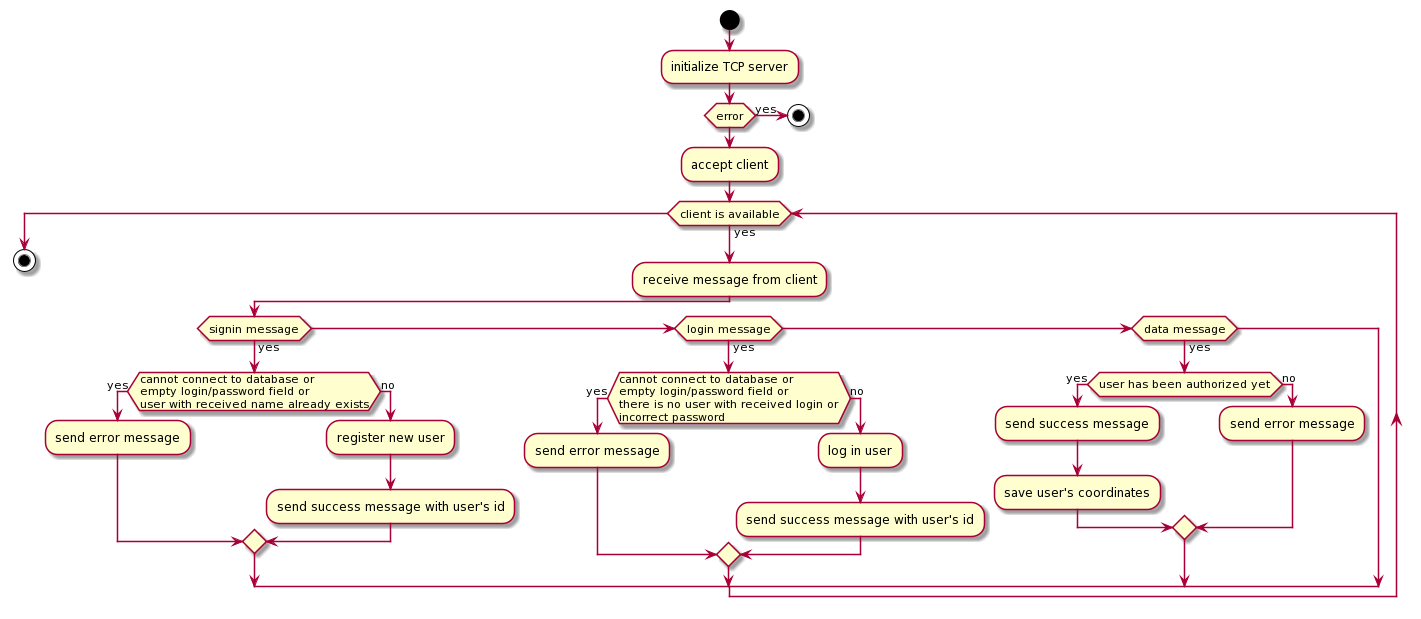
andanil/DSR_Practice keeps this PlantUML diagram as docs/activityDiagram_server.png. Above is the earlier version. The source it was exported from:
```plantuml
@startuml
start
:initialize TCP server;
if(error) then(yes)
  stop
endif
:accept client;

while(client is available) is(yes)
  :receive message from client;
  if(signin message) then(yes)
    if(cannot connect to database or
empty login/password field or
user with received name already exists) then(yes)
       :send error message;
    else(no)
      :register new user;
      :send success message with user's id;
    endif

  elseif(login message) then(yes)
    if(cannot connect to database or
empty login/password field or
there is no user with received login or
incorrect password) then(yes)
       :send error message;
    else(no)
      :log in user;
      :send success message with user's id;
    endif

  elseif(data message) then(yes)
    if(user has been authorized yet) then(yes)
      :send success message;
      :save user's coordinates;
    else(no)
      :send error message;
    endif
  endif
endwhile

stop
@enduml
```
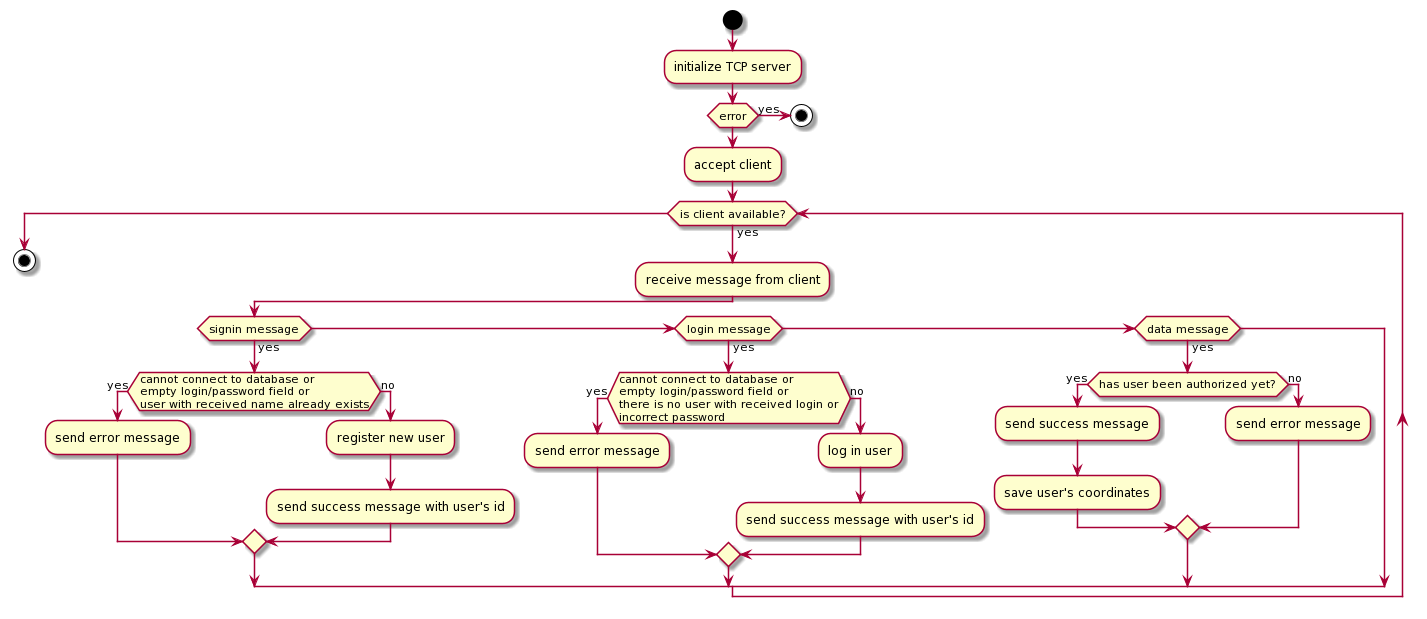
Later version of the same file.

Diff of the diagram source:
```diff
@@ -6,7 +6,7 @@
 endif
 :accept client;
 
-while(client is available) is(yes)
+while(is client available?) is(yes)
   :receive message from client;
   if(signin message) then(yes)
     if(cannot connect to database or
@@ -30,7 +30,7 @@
     endif
 
   elseif(data message) then(yes)
-    if(user has been authorized yet) then(yes)
+    if(has user been authorized yet?) then(yes)
       :send success message;
       :save user's coordinates;
     else(no)
```
